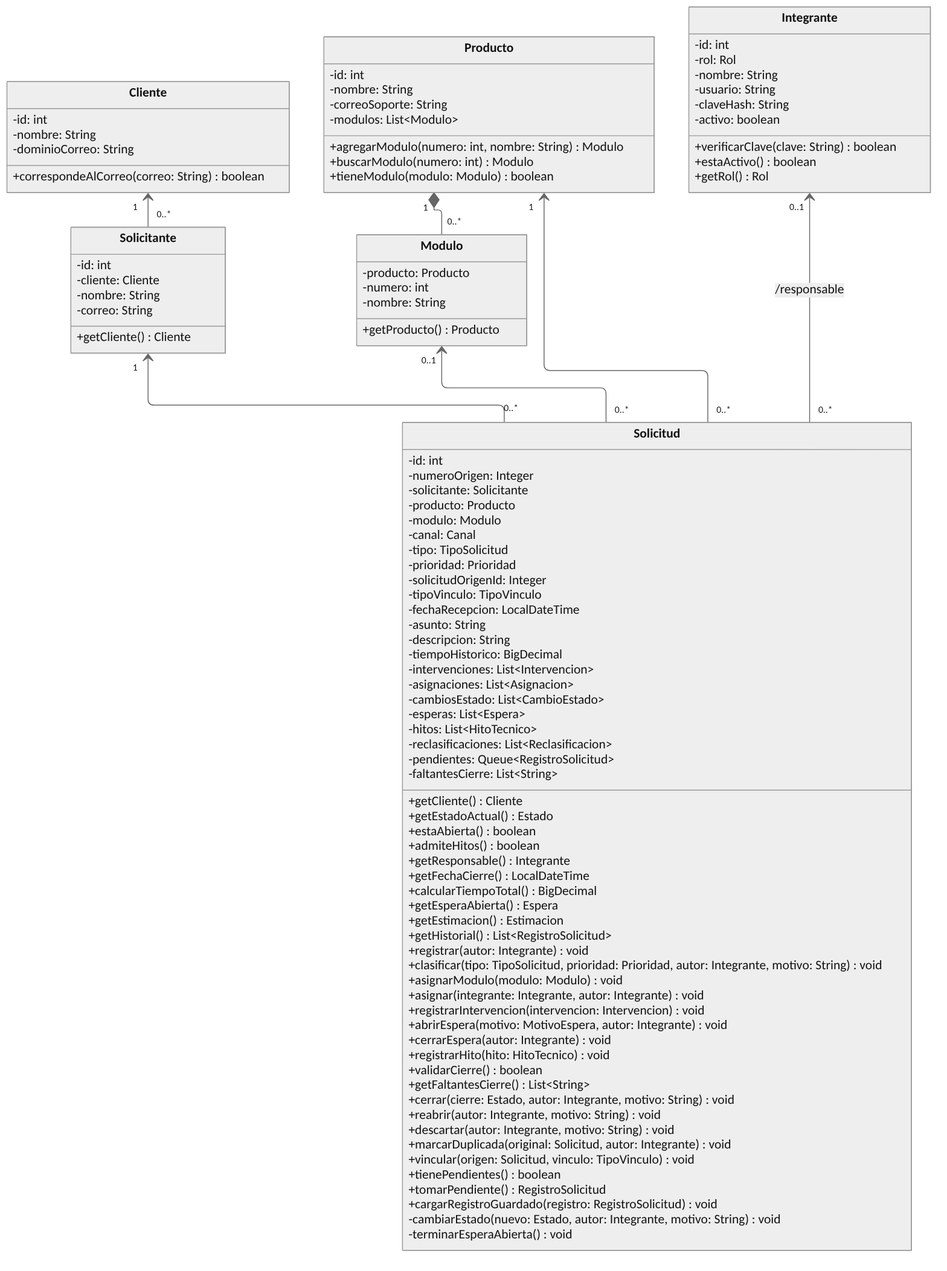
Above: diagramas/10-clases-diseno.png in jvillegas88/sistema-gestion-soporte (Mermaid), before the change. Its source is kept beside it as diagramas/10-clases-diseno.mmd.
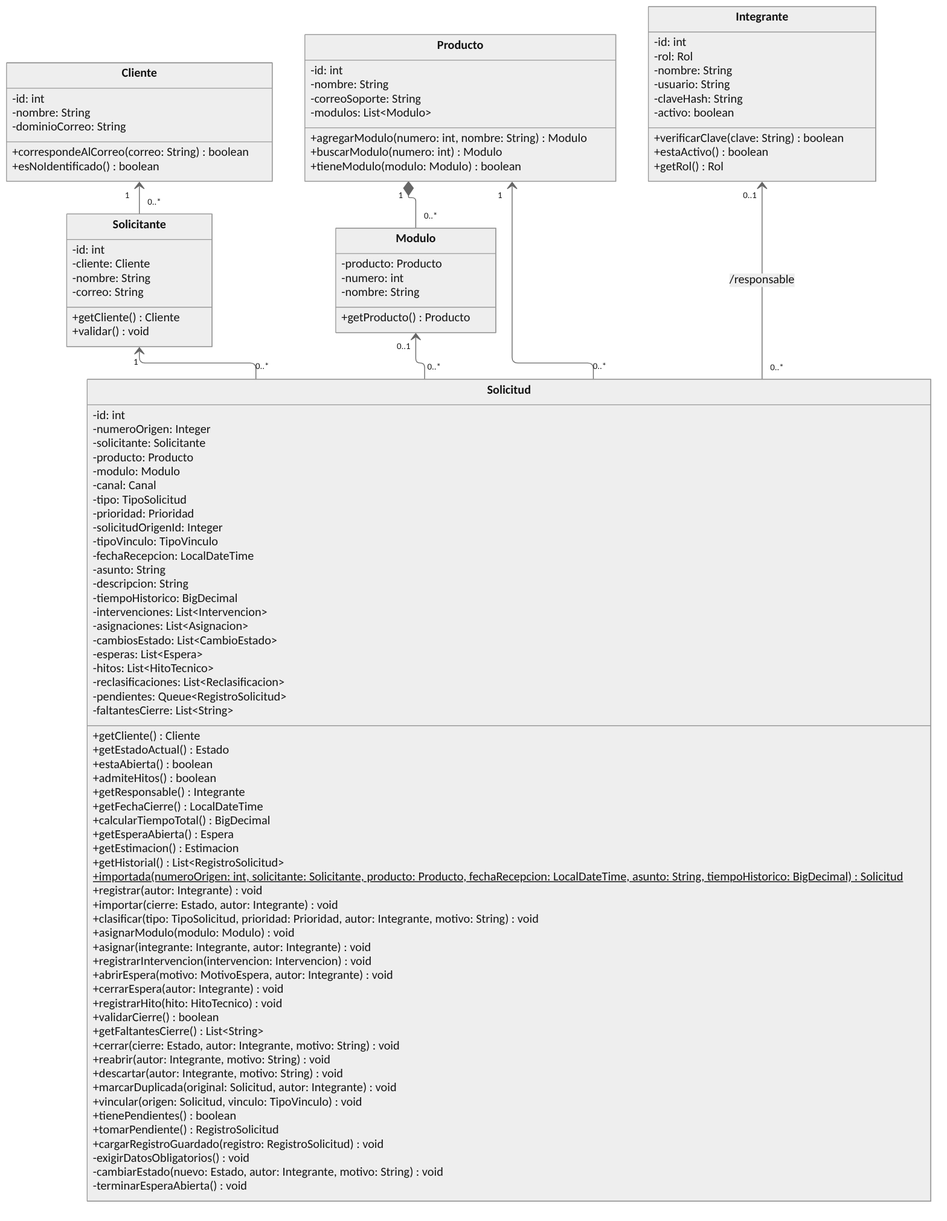
After the change.

Diff of the diagram source:
```diff
@@ -14,6 +14,7 @@
         -nombre: String
         -dominioCorreo: String
         +correspondeAlCorreo(correo: String) boolean
+        +esNoIdentificado() boolean
     }
     class Solicitante {
         -id: int
@@ -21,6 +22,7 @@
         -nombre: String
         -correo: String
         +getCliente() Cliente
+        +validar() void
     }
     class Producto {
         -id: int
@@ -81,7 +83,9 @@
         +getEsperaAbierta() Espera
         +getEstimacion() Estimacion
         +getHistorial() List~RegistroSolicitud~
+        +importada(numeroOrigen: int, solicitante: Solicitante, producto: Producto, fechaRecepcion: LocalDateTime, asunto: String, tiempoHistorico: BigDecimal)$ Solicitud
         +registrar(autor: Integrante) void
+        +importar(cierre: Estado, autor: Integrante) void
         +clasificar(tipo: TipoSolicitud, prioridad: Prioridad, autor: Integrante, motivo: String) void
         +asignarModulo(modulo: Modulo) void
         +asignar(integrante: Integrante, autor: Integrante) void
@@ -99,6 +103,7 @@
         +tienePendientes() boolean
         +tomarPendiente() RegistroSolicitud
         +cargarRegistroGuardado(registro: RegistroSolicitud) void
+        -exigirDatosObligatorios() void
         -cambiarEstado(nuevo: Estado, autor: Integrante, motivo: String) void
         -terminarEsperaAbierta() void
     }
```
